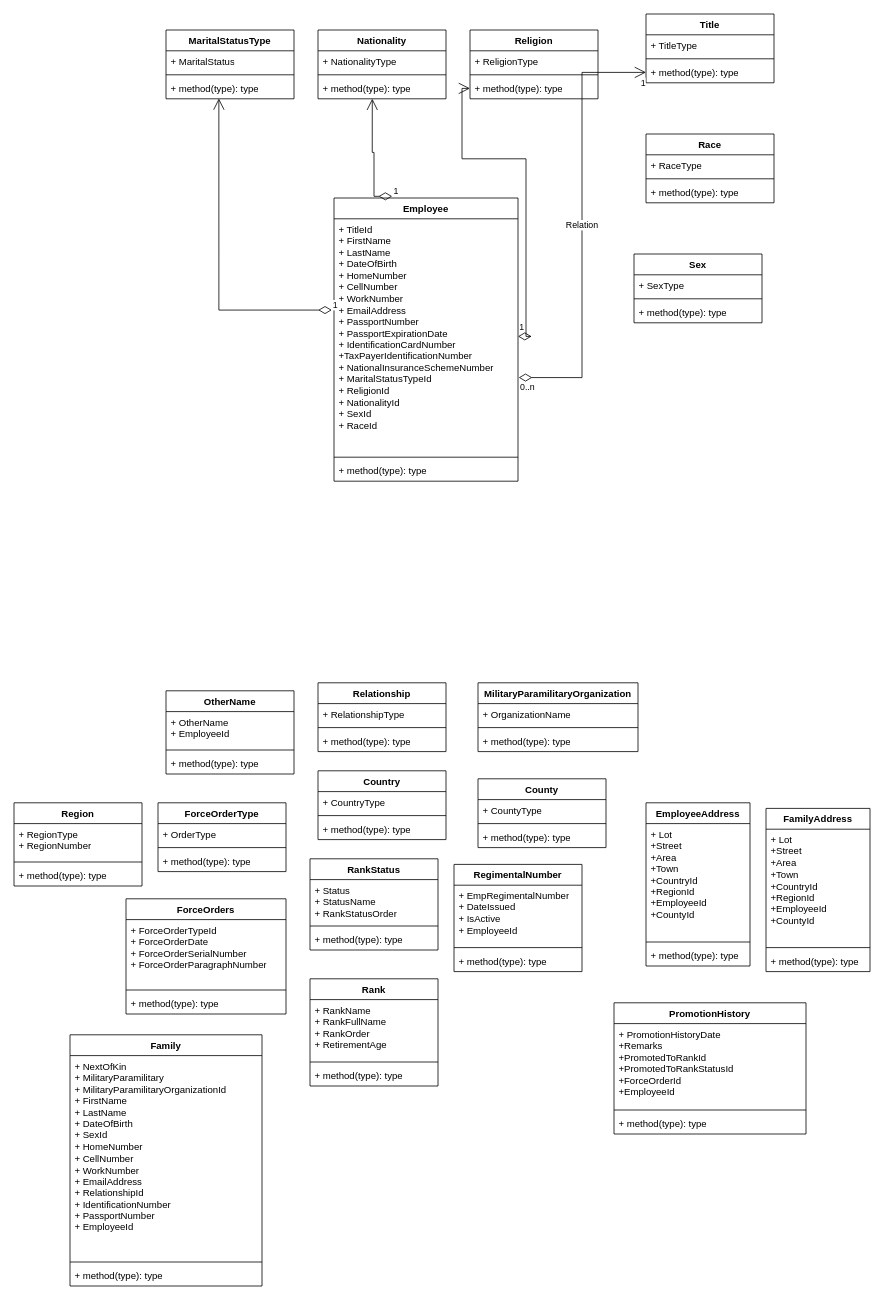
Above: GDFHrmsDesignDocs.drawio in ResearchAndDevelopmentSignal/GDFHRMSDesignDocs (draw.io), before the change. Source tidied: cells renumbered, new cells numbered last; positions are measured from the earlier drawing's top-left corner, leaving out a move shared by most shapes. Both pictures are drawn from the tidied source at 80%, with x=0, y=0 at pixel (14, 14).
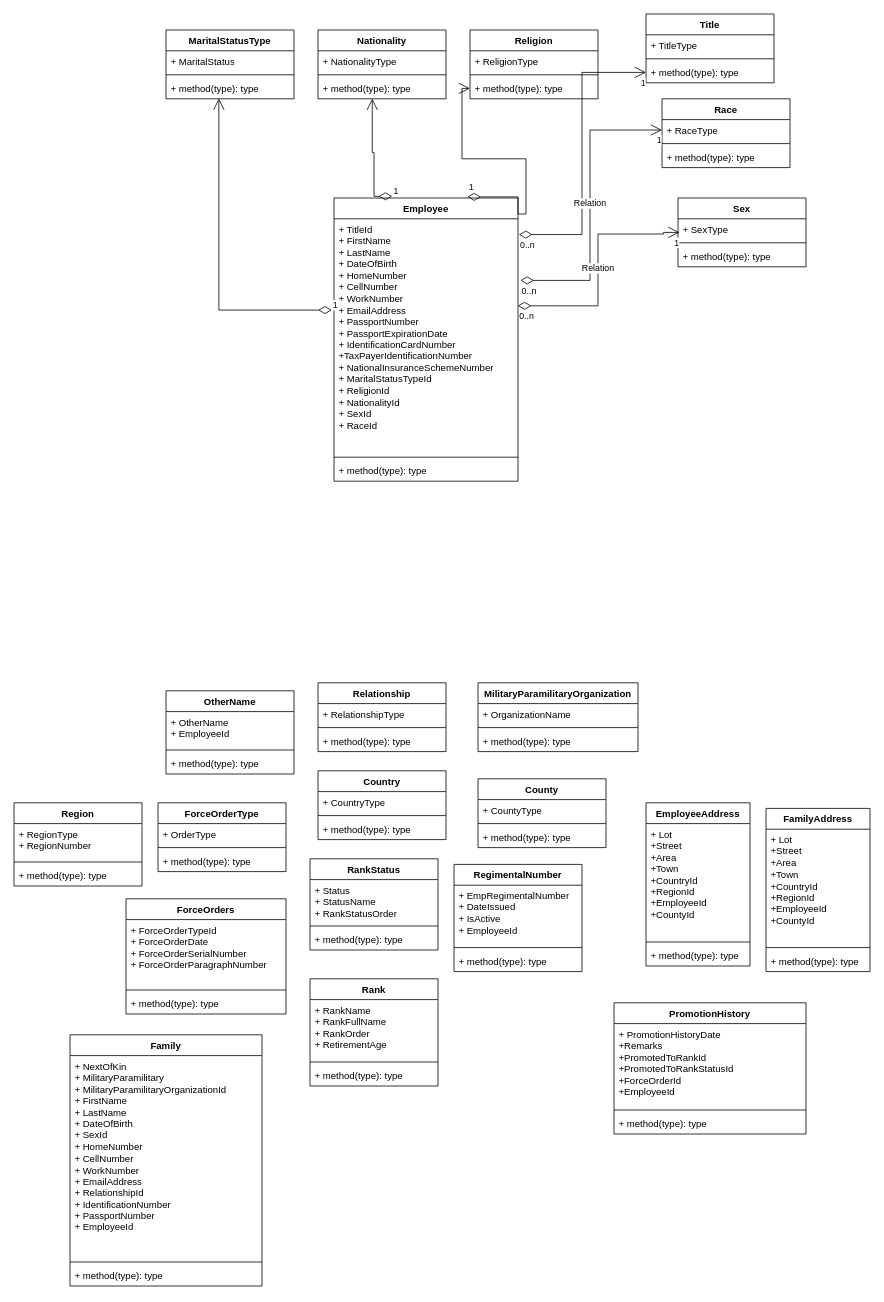
The same page after the edit.

The change refers to these unchanged cells:
```xml
<mxCell id="9" value="+ method(type): type" style="text;strokeColor=none;fillColor=none;align=left;verticalAlign=top;spacingLeft=4;spacingRight=4;overflow=hidden;points=[[0,0.5],[1,0.5]];portConstraint=eastwest;whiteSpace=wrap;html=1;" parent="6" vertex="1">
  <mxGeometry y="60" width="160" height="26" as="geometry" />
</mxCell>
<mxCell id="15" value="+ RaceType" style="text;strokeColor=none;fillColor=none;align=left;verticalAlign=top;spacingLeft=4;spacingRight=4;overflow=hidden;points=[[0,0.5],[1,0.5]];portConstraint=eastwest;whiteSpace=wrap;html=1;" parent="14" vertex="1">
  <mxGeometry y="26" width="160" height="26" as="geometry" />
</mxCell>
<mxCell id="19" value="+ SexType" style="text;strokeColor=none;fillColor=none;align=left;verticalAlign=top;spacingLeft=4;spacingRight=4;overflow=hidden;points=[[0,0.5],[1,0.5]];portConstraint=eastwest;whiteSpace=wrap;html=1;" parent="18" vertex="1">
  <mxGeometry y="26" width="160" height="26" as="geometry" />
</mxCell>
<mxCell id="37" value="+ method(type): type" style="text;strokeColor=none;fillColor=none;align=left;verticalAlign=top;spacingLeft=4;spacingRight=4;overflow=hidden;points=[[0,0.5],[1,0.5]];portConstraint=eastwest;whiteSpace=wrap;html=1;" parent="34" vertex="1">
  <mxGeometry y="60" width="160" height="26" as="geometry" />
</mxCell>
<mxCell id="50" value="Employee&lt;br&gt;" style="swimlane;fontStyle=1;align=center;verticalAlign=top;horizontal=1;startSize=26;whiteSpace=wrap;html=1;" parent="1" vertex="1">
  <mxGeometry x="400" y="230" width="230" height="354" as="geometry" />
</mxCell>
<mxCell id="51" value="+ TitleId&lt;br&gt;+ FirstName&lt;br&gt;+ LastName&lt;br&gt;+ DateOfBirth&lt;br&gt;+ HomeNumber&lt;br&gt;+ CellNumber&lt;br&gt;+ WorkNumber&lt;br&gt;+ EmailAddress&lt;br&gt;+ PassportNumber&lt;br&gt;+ PassportExpirationDate&lt;br&gt;+ IdentificationCardNumber&lt;br&gt;+TaxPayerIdentificationNumber&lt;br&gt;+ NationalInsuranceSchemeNumber&lt;br&gt;+ MaritalStatusTypeId&lt;br&gt;+ ReligionId&lt;br&gt;+ NationalityId&lt;br&gt;+ SexId&lt;br&gt;+ RaceId" style="text;strokeColor=none;fillColor=none;align=left;verticalAlign=top;spacingLeft=4;spacingRight=4;overflow=hidden;points=[[0,0.5],[1,0.5]];portConstraint=eastwest;whiteSpace=wrap;html=1;" parent="50" vertex="1">
  <mxGeometry y="26" width="230" height="294" as="geometry" />
</mxCell>
```

Diff of the diagram source:
```diff
@@
     <mxCell id="14" value="Race" style="swimlane;fontStyle=1;align=center;verticalAlign=top;horizontal=1;startSize=26;whiteSpace=wrap;html=1;" parent="1" vertex="1">
-      <mxGeometry x="790" y="150" width="160" height="86" as="geometry" />
+      <mxGeometry x="810" y="106" width="160" height="86" as="geometry" />
     </mxCell>
@@
     <mxCell id="18" value="Sex" style="swimlane;fontStyle=1;align=center;verticalAlign=top;horizontal=1;startSize=26;whiteSpace=wrap;html=1;" parent="1" vertex="1">
-      <mxGeometry x="775" y="300" width="160" height="86" as="geometry" />
+      <mxGeometry x="830" y="230" width="160" height="86" as="geometry" />
     </mxCell>
@@
-    <mxCell id="92" value="1" style="endArrow=open;html=1;endSize=12;startArrow=diamondThin;startSize=14;startFill=0;edgeStyle=orthogonalEdgeStyle;align=left;verticalAlign=bottom;rounded=0;" parent="1" edge="1" source="51" target="9">
-      <mxGeometry x="-1" y="3" relative="1" as="geometry" />
+    <mxCell id="92" value="1" style="endArrow=open;html=1;endSize=12;startArrow=diamondThin;startSize=14;startFill=0;edgeStyle=orthogonalEdgeStyle;align=left;verticalAlign=bottom;rounded=0;exitX=0.725;exitY=-0.004;exitDx=0;exitDy=0;exitPerimeter=0;" parent="1" edge="1" source="50" target="9">
+      <mxGeometry x="-1" y="3" relative="1" as="geometry">
+        <Array as="points">
+          <mxPoint x="630" y="229" />
+          <mxPoint x="630" y="250" />
+          <mxPoint x="640" y="250" />
+          <mxPoint x="640" y="181" />
+          <mxPoint x="560" y="181" />
+          <mxPoint x="560" y="93" />
+        </Array>
+      </mxGeometry>
     </mxCell>
-    <mxCell id="93" value="Relation" style="endArrow=open;html=1;endSize=12;startArrow=diamondThin;startSize=14;startFill=0;edgeStyle=orthogonalEdgeStyle;rounded=0;exitX=1.004;exitY=0.675;exitDx=0;exitDy=0;exitPerimeter=0;entryX=0;entryY=0.5;entryDx=0;entryDy=0;" parent="1" edge="1" source="51" target="37">
+    <mxCell id="93" style="endArrow=open;html=1;endSize=12;startArrow=diamondThin;startSize=14;startFill=0;edgeStyle=orthogonalEdgeStyle;rounded=0;exitX=1.005;exitY=0.067;exitDx=0;exitDy=0;exitPerimeter=0;entryX=0;entryY=0.5;entryDx=0;entryDy=0;" parent="1" edge="1" source="51" target="37">
       <mxGeometry relative="1" as="geometry" />
     </mxCell>
@@
+    <mxCell id="96" value="Relation" style="endArrow=open;html=1;endSize=12;startArrow=diamondThin;startSize=14;startFill=0;edgeStyle=orthogonalEdgeStyle;rounded=0;exitX=1.013;exitY=0.262;exitDx=0;exitDy=0;exitPerimeter=0;entryX=0;entryY=0.5;entryDx=0;entryDy=0;" parent="1" edge="1" source="51" target="15">
+      <mxGeometry relative="1" as="geometry" />
+    </mxCell>
+    <mxCell id="97" value="0..n" style="edgeLabel;html=1;align=left;verticalAlign=top;" parent="96" vertex="1">
+      <mxGeometry x="-1" relative="1" as="geometry" />
+    </mxCell>
+    <mxCell id="98" value="1" style="edgeLabel;html=1;align=right;verticalAlign=top;" parent="96" vertex="1">
+      <mxGeometry x="1" relative="1" as="geometry" />
+    </mxCell>
+    <mxCell id="99" value="Relation" style="endArrow=open;html=1;endSize=12;startArrow=diamondThin;startSize=14;startFill=0;edgeStyle=orthogonalEdgeStyle;rounded=0;entryX=0.012;entryY=0.655;entryDx=0;entryDy=0;entryPerimeter=0;exitX=0.999;exitY=0.37;exitDx=0;exitDy=0;exitPerimeter=0;" parent="1" edge="1" source="51" target="19">
+      <mxGeometry relative="1" as="geometry">
+        <Array as="points">
+          <mxPoint x="730" y="365" />
+          <mxPoint x="730" y="275" />
+          <mxPoint x="812" y="275" />
+        </Array>
+      </mxGeometry>
+    </mxCell>
+    <mxCell id="100" value="0..n" style="edgeLabel;html=1;align=left;verticalAlign=top;" parent="99" vertex="1">
+      <mxGeometry x="-1" relative="1" as="geometry" />
+    </mxCell>
+    <mxCell id="101" value="1" style="edgeLabel;html=1;align=right;verticalAlign=top;" parent="99" vertex="1">
+      <mxGeometry x="1" relative="1" as="geometry" />
+    </mxCell>
```
